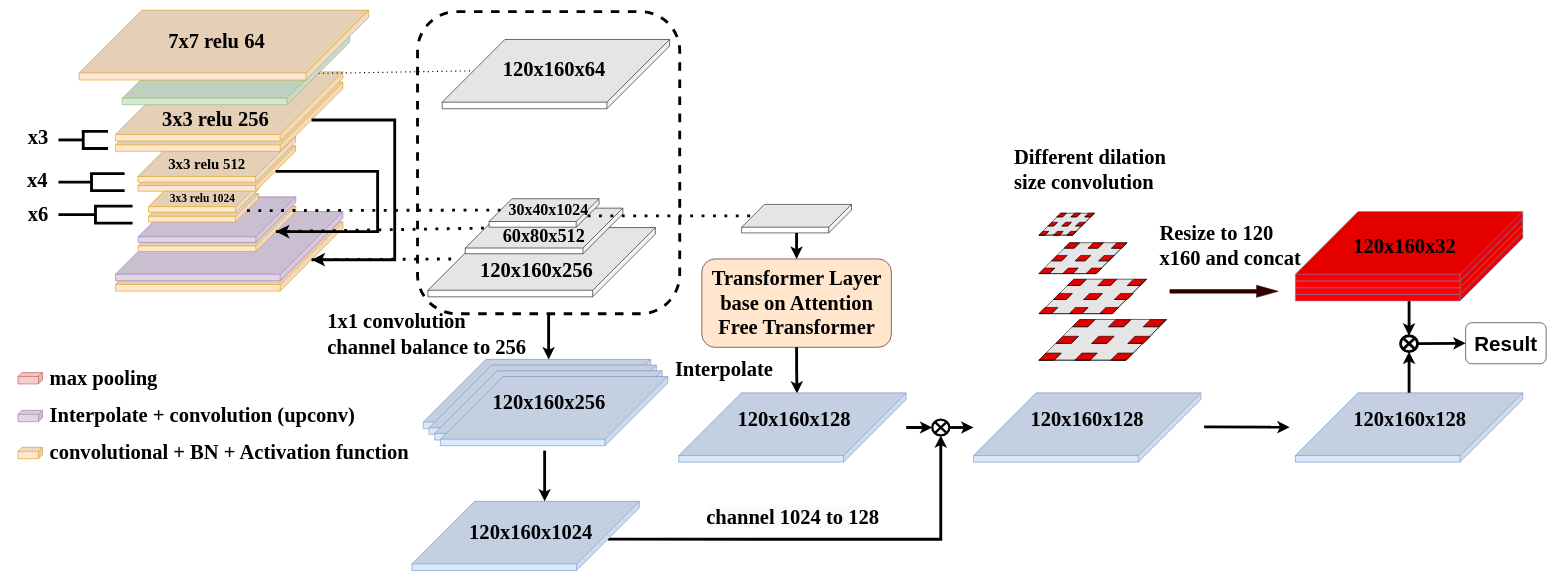
This is OursNetworkArch.drawio from min86615/minmin, a draw.io file, before an edit. Source tidied: cells renumbered, new cells numbered last; positions are measured from the earlier drawing's top-left corner, leaving out a move shared by most shapes. Both pictures are drawn from the tidied source at 57%, with x=0, y=0 at pixel (10, -100).
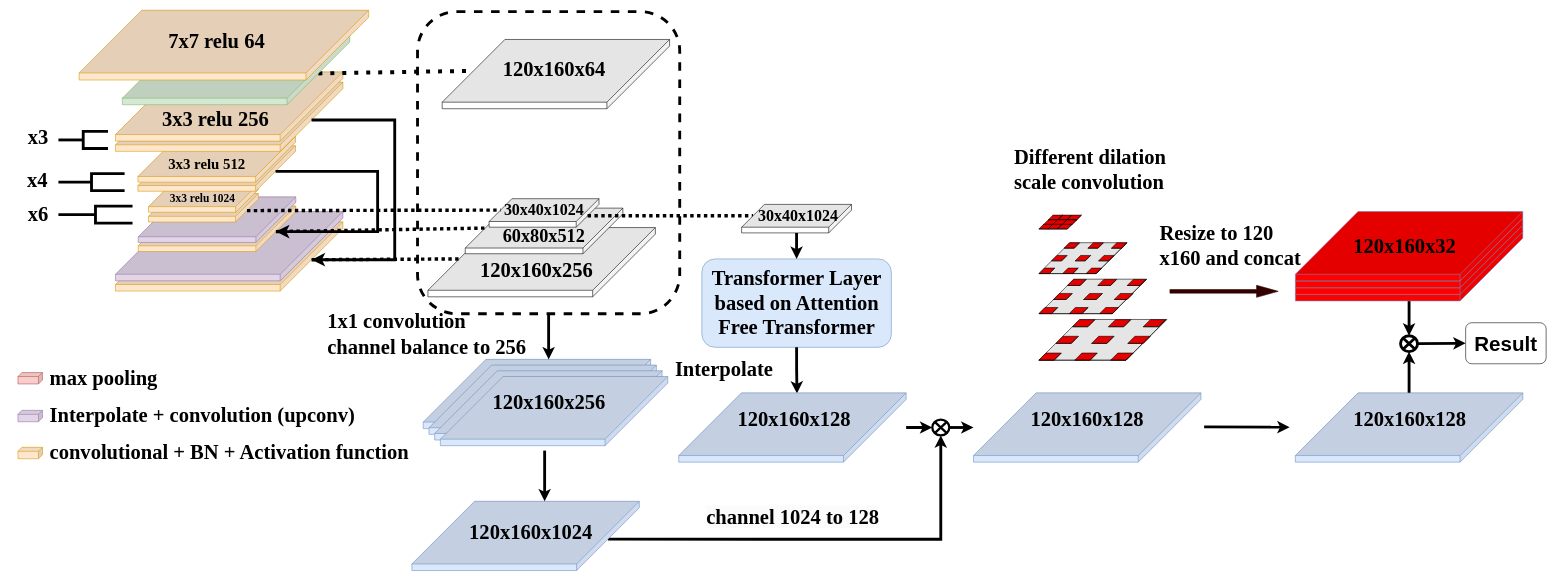
Above is the later version.

The change refers to these unchanged cells:
```xml
<mxCell id="11" style="shape=cube;whiteSpace=wrap;html=1;boundedLbl=1;backgroundOutline=1;darkOpacity=0.05;darkOpacity2=0.1;size=110;direction=east;flipH=0;fillColor=#ffe6cc;strokeColor=#d79b00;rotation=90;" parent="10" vertex="1">
  <mxGeometry x="138.8" y="-120.8" width="121.5" height="399" as="geometry" />
</mxCell>
<mxCell id="14" style="shape=cube;whiteSpace=wrap;html=1;boundedLbl=1;backgroundOutline=1;darkOpacity=0.05;darkOpacity2=0.1;size=70;direction=east;flipH=0;fillColor=#ffe6cc;strokeColor=#d79b00;rotation=90;" parent="13" vertex="1">
  <mxGeometry x="98.2" y="-82.2" width="80" height="276.5" as="geometry" />
</mxCell>
<mxCell id="17" style="shape=cube;whiteSpace=wrap;html=1;boundedLbl=1;backgroundOutline=1;darkOpacity=0.05;darkOpacity2=0.1;size=40;direction=east;flipH=0;fillColor=#ffe6cc;strokeColor=#d79b00;rotation=90;" parent="16" vertex="1">
  <mxGeometry x="71.4" y="-54.4" width="50" height="192.8" as="geometry" />
</mxCell>
<mxCell id="37" style="shape=cube;whiteSpace=wrap;html=1;boundedLbl=1;backgroundOutline=1;darkOpacity=0.05;darkOpacity2=0.1;size=110;direction=east;flipH=0;rotation=90;" parent="1" vertex="1">
  <mxGeometry x="897" y="105" width="121.5" height="399" as="geometry" />
</mxCell>
<mxCell id="38" style="shape=cube;whiteSpace=wrap;html=1;boundedLbl=1;backgroundOutline=1;darkOpacity=0.05;darkOpacity2=0.1;size=110;direction=east;flipH=0;rotation=90;" parent="1" vertex="1">
  <mxGeometry x="872" y="435" width="121.5" height="399" as="geometry" />
</mxCell>
<mxCell id="39" style="shape=cube;whiteSpace=wrap;html=1;boundedLbl=1;backgroundOutline=1;darkOpacity=0.05;darkOpacity2=0.1;size=70;direction=east;flipH=0;rotation=90;" parent="1" vertex="1">
  <mxGeometry x="897" y="441.4" width="80" height="276.5" as="geometry" />
</mxCell>
<mxCell id="40" style="shape=cube;whiteSpace=wrap;html=1;boundedLbl=1;backgroundOutline=1;darkOpacity=0.05;darkOpacity2=0.1;size=40;direction=east;flipH=0;rotation=90;" parent="1" vertex="1">
  <mxGeometry x="912" y="451.7" width="50" height="192.8" as="geometry" />
</mxCell>
<mxCell id="46" style="shape=cube;whiteSpace=wrap;html=1;boundedLbl=1;backgroundOutline=1;darkOpacity=0.05;darkOpacity2=0.1;size=40;direction=east;flipH=0;rotation=90;" parent="1" vertex="1">
  <mxGeometry x="1355" y="461.7" width="50" height="192.8" as="geometry" />
</mxCell>
<mxCell id="114" style="shape=cube;whiteSpace=wrap;html=1;boundedLbl=1;backgroundOutline=1;darkOpacity=0.05;darkOpacity2=0.1;size=110;direction=east;flipH=0;fillColor=#d5e8d4;strokeColor=#82b366;rotation=90;" parent="113" vertex="1">
  <mxGeometry x="192.8" y="-94.5" width="121.5" height="399" as="geometry" />
</mxCell>
```

What changed in the source:
```diff
@@
-    <mxCell id="41" style="endArrow=none;dashed=1;html=1;dashPattern=1 3;strokeWidth=2;rounded=0;exitX=0;exitY=0;exitDx=66.5;exitDy=55;exitPerimeter=0;entryX=0;entryY=0;entryDx=55;entryDy=344;entryPerimeter=0;" parent="1" edge="1" source="114" target="37">
+    <mxCell id="41" style="endArrow=none;dashed=1;html=1;dashPattern=1 2;strokeWidth=7;rounded=0;exitX=0;exitY=0;exitDx=66.5;exitDy=55;exitPerimeter=0;entryX=0;entryY=0;entryDx=55;entryDy=344;entryPerimeter=0;" parent="1" edge="1" source="114" target="37">
       <mxGeometry relative="1" as="geometry" />
     </mxCell>
-    <mxCell id="42" style="endArrow=none;dashed=1;html=1;dashPattern=1 3;strokeWidth=5;rounded=0;exitX=0;exitY=0;exitDx=30;exitDy=20;exitPerimeter=0;entryX=0;entryY=0;entryDx=20;entryDy=172.75;entryPerimeter=0;" parent="1" edge="1" source="17" target="40">
+    <mxCell id="42" style="endArrow=none;dashed=1;html=1;dashPattern=1 1;strokeWidth=6;rounded=0;exitX=0;exitY=0;exitDx=30;exitDy=20;exitPerimeter=0;entryX=0;entryY=0;entryDx=20;entryDy=172.75;entryPerimeter=0;" parent="1" edge="1" source="17" target="40">
       <mxGeometry relative="1" as="geometry" />
     </mxCell>
-    <mxCell id="43" style="endArrow=none;dashed=1;html=1;dashPattern=1 3;strokeWidth=5;rounded=0;exitX=0;exitY=0;exitDx=45;exitDy=35;exitPerimeter=0;entryX=0;entryY=0;entryDx=35;entryDy=241.5;entryPerimeter=0;" parent="1" edge="1" source="14" target="39">
+    <mxCell id="43" style="endArrow=none;dashed=1;html=1;dashPattern=1 1;strokeWidth=6;rounded=0;exitX=0;exitY=0;exitDx=45;exitDy=35;exitPerimeter=0;entryX=0;entryY=0;entryDx=35;entryDy=241.5;entryPerimeter=0;" parent="1" edge="1" source="14" target="39">
       <mxGeometry relative="1" as="geometry" />
     </mxCell>
-    <mxCell id="44" style="endArrow=none;dashed=1;html=1;dashPattern=1 3;strokeWidth=5;rounded=0;exitX=0;exitY=0;exitDx=66.49999999999999;exitDy=55;exitPerimeter=0;entryX=0;entryY=0;entryDx=55;entryDy=344;entryPerimeter=0;" parent="1" edge="1" source="11" target="38">
+    <mxCell id="44" style="endArrow=none;dashed=1;html=1;dashPattern=1 1;strokeWidth=6;rounded=0;exitX=0;exitY=0;exitDx=66.49999999999999;exitDy=55;exitPerimeter=0;entryX=0;entryY=0;entryDx=55;entryDy=344;entryPerimeter=0;" parent="1" edge="1" source="11" target="38">
       <mxGeometry relative="1" as="geometry" />
     </mxCell>
-    <mxCell id="45" style="endArrow=none;dashed=1;html=1;dashPattern=1 3;strokeWidth=5;rounded=0;entryX=0;entryY=0;entryDx=20;entryDy=172.75;entryPerimeter=0;startArrow=none;exitX=0;exitY=0;exitDx=30;exitDy=20;exitPerimeter=0;" parent="1" edge="1" source="40" target="46">
+    <mxCell id="45" style="endArrow=none;dashed=1;html=1;dashPattern=1 1;strokeWidth=6;rounded=0;entryX=0;entryY=0;entryDx=20;entryDy=172.75;entryPerimeter=0;startArrow=none;exitX=0;exitY=0;exitDx=30;exitDy=20;exitPerimeter=0;" parent="1" edge="1" source="40" target="46">
       <mxGeometry relative="1" as="geometry" />
     </mxCell>
@@
-    <mxCell id="47" value="&lt;font size=&quot;1&quot; face=&quot;Times New Roman&quot; style=&quot;&quot;&gt;&lt;b style=&quot;font-size: 36px;&quot;&gt;Transformer Layer base on Attention Free Transformer&lt;/b&gt;&lt;/font&gt;" style="rounded=1;whiteSpace=wrap;html=1;fontSize=17;fillColor=#ffe6cc;strokeColor=#330000;" parent="1" vertex="1">
+    <mxCell id="47" value="&lt;font size=&quot;1&quot; face=&quot;Times New Roman&quot; style=&quot;&quot;&gt;&lt;b style=&quot;font-size: 36px;&quot;&gt;Transformer Layer based on Attention Free Transformer&lt;/b&gt;&lt;/font&gt;" style="rounded=1;whiteSpace=wrap;html=1;fontSize=17;fillColor=#dae8fc;strokeColor=#6c8ebf;" parent="1" vertex="1">
       <mxGeometry x="1213.8" y="628.8" width="332.5" height="155" as="geometry" />
     </mxCell>
@@
-    <mxCell id="88" style="group;" parent="1" vertex="1">
-      <mxGeometry x="1805" y="548.4" width="97.5" height="38.7" as="geometry" />
-    </mxCell>
-    <mxCell id="89" style="shape=cube;whiteSpace=wrap;html=1;boundedLbl=1;backgroundOutline=1;darkOpacity=0.05;darkOpacity2=0.1;size=122;direction=east;flipH=0;rotation=90;" parent="88" vertex="1">
-      <mxGeometry x="29.5" y="-29.4" width="38.5" height="97.5" as="geometry" />
-    </mxCell>
-    <mxCell id="90" style="shape=cube;whiteSpace=wrap;html=1;boundedLbl=1;backgroundOutline=1;darkOpacity=0.05;darkOpacity2=0.1;size=122;direction=east;flipH=0;rotation=90;fillColor=#FF0000;" parent="88" vertex="1">
-      <mxGeometry x="36.6" y="-5.2" width="6.7" height="17.1" as="geometry" />
-    </mxCell>
-    <mxCell id="91" style="shape=cube;whiteSpace=wrap;html=1;boundedLbl=1;backgroundOutline=1;darkOpacity=0.05;darkOpacity2=0.1;size=122;direction=east;flipH=0;rotation=90;fillColor=#FF0000;" parent="88" vertex="1">
-      <mxGeometry x="85.6" y="-5.2" width="6.7" height="17.1" as="geometry" />
-    </mxCell>
-    <mxCell id="92" style="shape=cube;whiteSpace=wrap;html=1;boundedLbl=1;backgroundOutline=1;darkOpacity=0.05;darkOpacity2=0.1;size=13;direction=east;flipH=0;rotation=90;fillColor=#FF0000;" parent="88" vertex="1">
-      <mxGeometry x="5.6" y="26.8" width="6.7" height="17.1" as="geometry" />
-    </mxCell>
-    <mxCell id="93" style="shape=cube;whiteSpace=wrap;html=1;boundedLbl=1;backgroundOutline=1;darkOpacity=0.05;darkOpacity2=0.1;size=13;direction=east;flipH=0;rotation=90;fillColor=#FF0000;" parent="88" vertex="1">
-      <mxGeometry x="54.1" y="26.8" width="6.7" height="17.1" as="geometry" />
-    </mxCell>
-    <mxCell id="94" style="shape=cube;whiteSpace=wrap;html=1;boundedLbl=1;backgroundOutline=1;darkOpacity=0.05;darkOpacity2=0.1;size=13;direction=east;flipH=0;rotation=90;fillColor=#FF0000;" parent="88" vertex="1">
-      <mxGeometry x="30.9" y="26.8" width="6.7" height="17.1" as="geometry" />
-    </mxCell>
-    <mxCell id="95" style="shape=cube;whiteSpace=wrap;html=1;boundedLbl=1;backgroundOutline=1;darkOpacity=0.05;darkOpacity2=0.1;size=13;direction=east;flipH=0;rotation=90;fillColor=#FF0000;" parent="88" vertex="1">
-      <mxGeometry x="61.3" y="-5.2" width="6.7" height="17.1" as="geometry" />
-    </mxCell>
-    <mxCell id="96" style="shape=cube;whiteSpace=wrap;html=1;boundedLbl=1;backgroundOutline=1;darkOpacity=0.05;darkOpacity2=0.1;size=13;direction=east;flipH=0;rotation=90;fillColor=#FF0000;" parent="88" vertex="1">
-      <mxGeometry x="21" y="10.8" width="6.7" height="17.1" as="geometry" />
-    </mxCell>
-    <mxCell id="97" style="shape=cube;whiteSpace=wrap;html=1;boundedLbl=1;backgroundOutline=1;darkOpacity=0.05;darkOpacity2=0.1;size=13;direction=east;flipH=0;rotation=90;fillColor=#FF0000;" parent="88" vertex="1">
-      <mxGeometry x="69.6" y="10.8" width="6.7" height="17.1" as="geometry" />
-    </mxCell>
-    <mxCell id="98" style="shape=cube;whiteSpace=wrap;html=1;boundedLbl=1;backgroundOutline=1;darkOpacity=0.05;darkOpacity2=0.1;size=13;direction=east;flipH=0;rotation=90;fillColor=#FF0000;" parent="88" vertex="1">
-      <mxGeometry x="45.4" y="10.8" width="6.7" height="17.1" as="geometry" />
-    </mxCell>
-    <mxCell id="99" value="&lt;font face=&quot;Times New Roman&quot; style=&quot;font-size: 36px;&quot;&gt;Different dilation&lt;br&gt;size convolution&lt;/font&gt;" style="text;html=1;strokeColor=none;fillColor=none;align=left;verticalAlign=middle;whiteSpace=wrap;rounded=0;fontStyle=1;" parent="1" vertex="1">
+    <mxCell id="99" value="&lt;font face=&quot;Times New Roman&quot; style=&quot;font-size: 36px;&quot;&gt;Different dilation&lt;br&gt;scale convolution&lt;/font&gt;" style="text;html=1;strokeColor=none;fillColor=none;align=left;verticalAlign=middle;whiteSpace=wrap;rounded=0;fontStyle=1;" parent="1" vertex="1">
       <mxGeometry x="1760" y="442.1" width="280" height="61.9" as="geometry" />
     </mxCell>
@@
     <mxCell id="120" value="&lt;font face=&quot;Times New Roman&quot; style=&quot;font-size: 28px;&quot;&gt;30x40x1024&lt;/font&gt;" style="text;html=1;strokeColor=none;fillColor=none;align=left;verticalAlign=middle;whiteSpace=wrap;rounded=0;fontStyle=1;fontSize=28;" parent="1" vertex="1">
-      <mxGeometry x="872.5" y="530" width="100" height="23.9" as="geometry" />
+      <mxGeometry x="864.5" y="530" width="100" height="23.9" as="geometry" />
     </mxCell>
@@
+    <mxCell id="140" style="group;" parent="1" vertex="1">
+      <mxGeometry x="1805" y="551.9" width="74.9" height="24.6" as="geometry" />
+    </mxCell>
+    <mxCell id="91" style="shape=cube;whiteSpace=wrap;html=1;boundedLbl=1;backgroundOutline=1;darkOpacity=0.05;darkOpacity2=0.1;size=122;direction=east;flipH=0;rotation=90;fillColor=#FF0000;" parent="140" vertex="1">
+      <mxGeometry x="58.1" y="-8.4" width="8.4" height="25.2" as="geometry" />
+    </mxCell>
+    <mxCell id="141" style="shape=cube;whiteSpace=wrap;html=1;boundedLbl=1;backgroundOutline=1;darkOpacity=0.05;darkOpacity2=0.1;size=122;direction=east;flipH=0;rotation=90;fillColor=#FF0000;" parent="140" vertex="1">
+      <mxGeometry x="40.9" y="-8.4" width="8.4" height="25.2" as="geometry" />
+    </mxCell>
+    <mxCell id="142" style="shape=cube;whiteSpace=wrap;html=1;boundedLbl=1;backgroundOutline=1;darkOpacity=0.05;darkOpacity2=0.1;size=122;direction=east;flipH=0;rotation=90;fillColor=#FF0000;" parent="140" vertex="1">
+      <mxGeometry x="24.9" y="-8.4" width="8.4" height="25.2" as="geometry" />
+    </mxCell>
+    <mxCell id="143" style="shape=cube;whiteSpace=wrap;html=1;boundedLbl=1;backgroundOutline=1;darkOpacity=0.05;darkOpacity2=0.1;size=122;direction=east;flipH=0;rotation=90;fillColor=#FF0000;" parent="140" vertex="1">
+      <mxGeometry x="16.5" width="8.4" height="25.2" as="geometry" />
+    </mxCell>
+    <mxCell id="144" style="shape=cube;whiteSpace=wrap;html=1;boundedLbl=1;backgroundOutline=1;darkOpacity=0.05;darkOpacity2=0.1;size=122;direction=east;flipH=0;rotation=90;fillColor=#FF0000;" parent="140" vertex="1">
+      <mxGeometry x="32.5" width="8.4" height="25.2" as="geometry" />
+    </mxCell>
+    <mxCell id="145" style="shape=cube;whiteSpace=wrap;html=1;boundedLbl=1;backgroundOutline=1;darkOpacity=0.05;darkOpacity2=0.1;size=122;direction=east;flipH=0;rotation=90;fillColor=#FF0000;" parent="140" vertex="1">
+      <mxGeometry x="49.7" width="8.4" height="25.2" as="geometry" />
+    </mxCell>
+    <mxCell id="146" style="shape=cube;whiteSpace=wrap;html=1;boundedLbl=1;backgroundOutline=1;darkOpacity=0.05;darkOpacity2=0.1;size=122;direction=east;flipH=0;rotation=90;fillColor=#FF0000;" parent="140" vertex="1">
+      <mxGeometry x="8.4" y="7.7" width="8.4" height="25.2" as="geometry" />
+    </mxCell>
+    <mxCell id="147" style="shape=cube;whiteSpace=wrap;html=1;boundedLbl=1;backgroundOutline=1;darkOpacity=0.05;darkOpacity2=0.1;size=122;direction=east;flipH=0;rotation=90;fillColor=#FF0000;" parent="140" vertex="1">
+      <mxGeometry x="24.4" y="7.7" width="8.4" height="25.2" as="geometry" />
+    </mxCell>
+    <mxCell id="148" style="shape=cube;whiteSpace=wrap;html=1;boundedLbl=1;backgroundOutline=1;darkOpacity=0.05;darkOpacity2=0.1;size=122;direction=east;flipH=0;rotation=90;fillColor=#FF0000;" parent="140" vertex="1">
+      <mxGeometry x="41.5" y="7.7" width="8.4" height="25.2" as="geometry" />
+    </mxCell>
+    <mxCell id="149" value="&lt;font face=&quot;Times New Roman&quot; style=&quot;font-size: 28px;&quot;&gt;30x40x1024&lt;/font&gt;" style="text;html=1;strokeColor=none;fillColor=none;align=left;verticalAlign=middle;whiteSpace=wrap;rounded=0;fontStyle=1;fontSize=28;" parent="1" vertex="1">
+      <mxGeometry x="1311" y="540.1" width="100" height="23.9" as="geometry" />
+    </mxCell>
```
